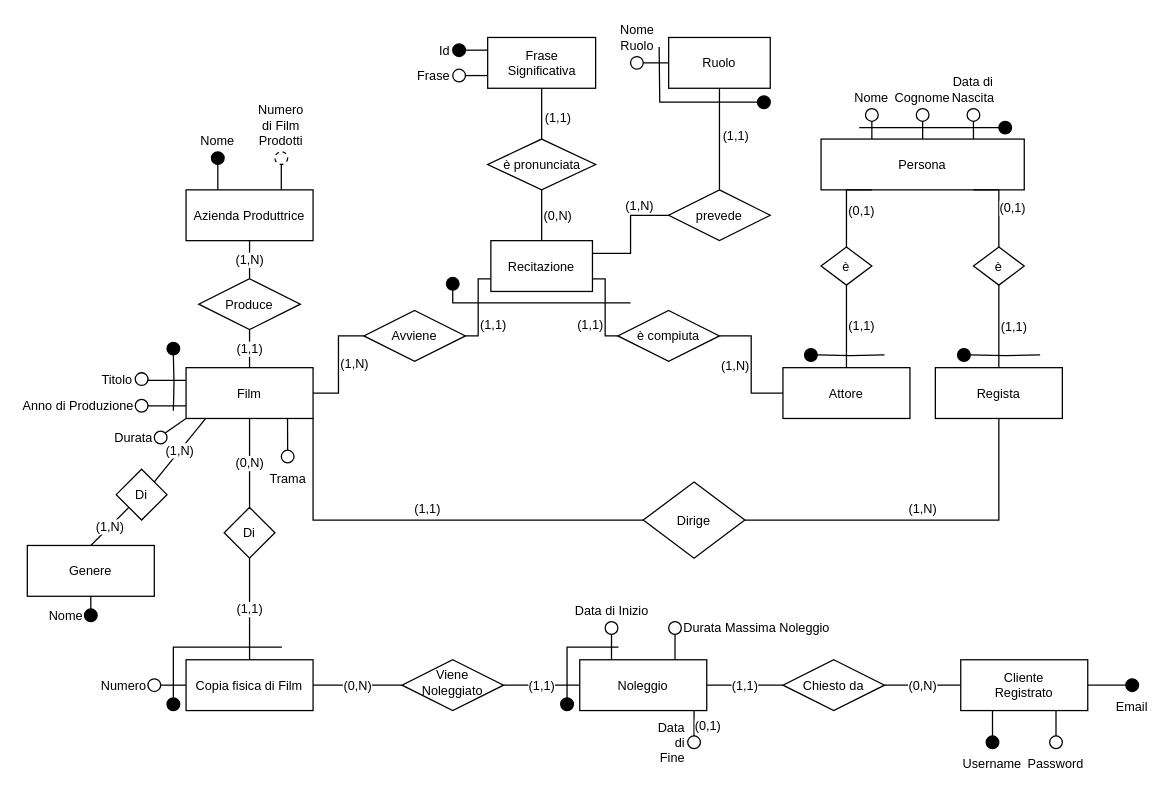
Above: page "ER-Ristrutturato" (3 of 3) of ER.drawio in lazylace37/uni_basi_di_dati_lab (draw.io), before the change. Source tidied: cells renumbered, new cells numbered last; positions are measured from the earlier drawing's top-left corner, leaving out a move shared by most shapes. Both pictures are drawn from the tidied source at 127%, with x=0, y=0 at pixel (27, 37).
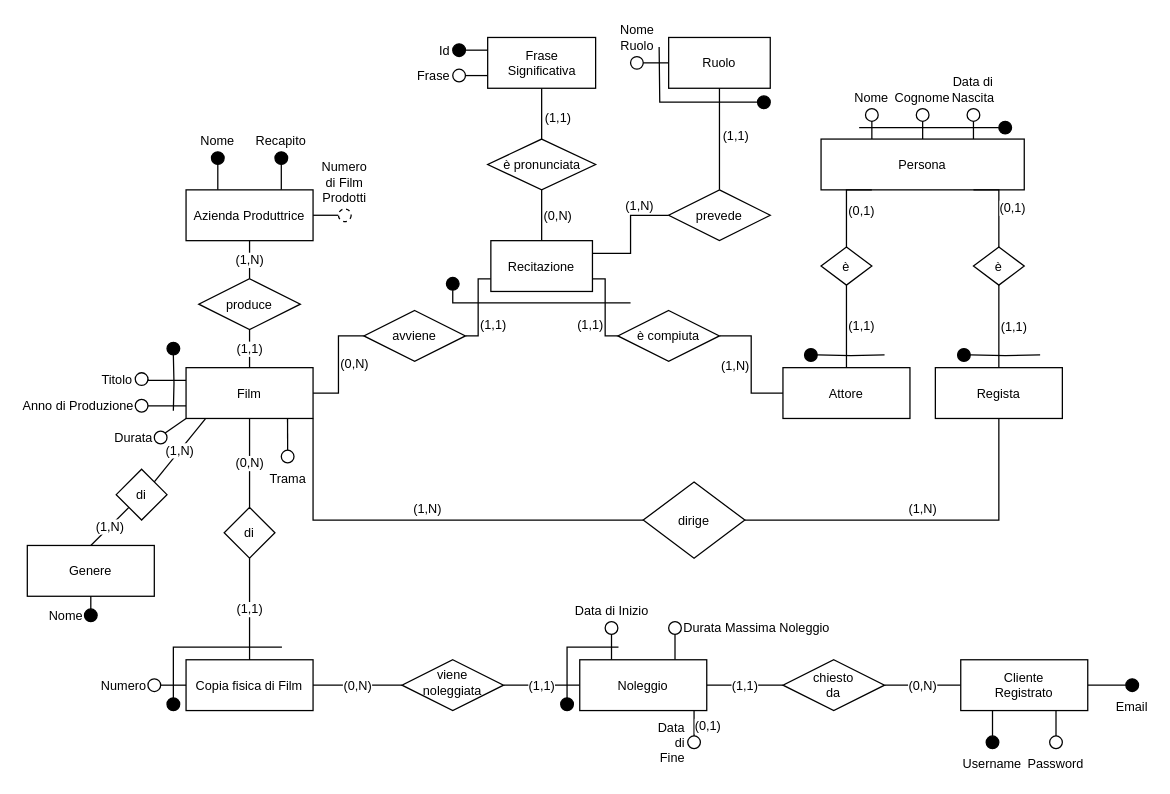
Above is the later version.

Unchanged cells that the change refers to:
```xml
<mxCell id="6" value="Film" style="whiteSpace=wrap;html=1;align=center;fontSize=10;" parent="1" vertex="1">
  <mxGeometry x="125" y="260" width="100" height="40" as="geometry" />
</mxCell>
```

The edit, as a diff of the source:
```diff
@@
-    <mxCell id="5" value="(1,N)" style="edgeStyle=orthogonalEdgeStyle;rounded=0;jettySize=auto;html=1;entryX=0;entryY=0.5;entryDx=0;entryDy=0;endArrow=none;endFill=0;fontSize=10;labelPosition=right;verticalLabelPosition=middle;align=left;verticalAlign=middle;" parent="1" edge="1" source="6" target="69">
+    <mxCell id="5" value="(0,N)" style="edgeStyle=orthogonalEdgeStyle;rounded=0;jettySize=auto;html=1;entryX=0;entryY=0.5;entryDx=0;entryDy=0;endArrow=none;endFill=0;fontSize=10;labelPosition=right;verticalLabelPosition=middle;align=left;verticalAlign=middle;" parent="1" edge="1" source="6" target="69">
       <mxGeometry relative="1" as="geometry" />
     </mxCell>
@@
-    <mxCell id="16" value="(1,1)" style="shape=connector;rounded=0;jettySize=auto;html=1;entryX=1;entryY=1;entryDx=0;entryDy=0;strokeColor=default;align=center;verticalAlign=bottom;fontFamily=Helvetica;fontSize=10;fontColor=default;labelBackgroundColor=default;endArrow=none;endFill=0;edgeStyle=elbowEdgeStyle;elbow=vertical;" parent="1" edge="1" source="17" target="6">
+    <mxCell id="16" value="(1,N)" style="shape=connector;rounded=0;jettySize=auto;html=1;entryX=1;entryY=1;entryDx=0;entryDy=0;strokeColor=default;align=center;verticalAlign=bottom;fontFamily=Helvetica;fontSize=10;fontColor=default;labelBackgroundColor=default;endArrow=none;endFill=0;edgeStyle=elbowEdgeStyle;elbow=vertical;" parent="1" edge="1" source="17" target="6">
       <mxGeometry relative="1" as="geometry">
         <Array as="points">
           <mxPoint x="255" y="380" />
         </Array>
       </mxGeometry>
     </mxCell>
-    <mxCell id="17" value="Dirige" style="shape=rhombus;perimeter=rhombusPerimeter;whiteSpace=wrap;html=1;align=center;fontSize=10;" parent="1" vertex="1">
+    <mxCell id="17" value="dirige" style="shape=rhombus;perimeter=rhombusPerimeter;whiteSpace=wrap;html=1;align=center;fontSize=10;" parent="1" vertex="1">
       <mxGeometry x="485" y="350" width="80" height="60" as="geometry" />
     </mxCell>
-    <mxCell id="18" value="(1,N)" style="edgeStyle=none;shape=connector;rounded=0;jettySize=auto;html=1;exitX=0.5;exitY=1;exitDx=0;exitDy=0;entryX=0.5;entryY=0;entryDx=0;entryDy=0;strokeColor=default;align=center;verticalAlign=middle;fontFamily=Helvetica;fontSize=10;fontColor=default;labelBackgroundColor=default;endArrow=none;endFill=0;" parent="1" edge="1" source="19" target="21">
-      <mxGeometry relative="1" as="geometry" />
+    <mxCell id="18" value="(1,N)" style="edgeStyle=none;shape=connector;rounded=0;jettySize=auto;html=1;exitX=0.5;exitY=1;exitDx=0;exitDy=0;entryX=0.5;entryY=0;entryDx=0;entryDy=0;strokeColor=default;align=center;verticalAlign=middle;fontFamily=Helvetica;fontSize=10;fontColor=default;labelBackgroundColor=default;endArrow=none;endFill=0;" parent="1" edge="1" target="21">
+      <mxGeometry relative="1" as="geometry">
+        <mxPoint x="175" y="160" as="sourcePoint" />
+      </mxGeometry>
     </mxCell>
-    <mxCell id="19" value="Azienda Produttrice" style="whiteSpace=wrap;html=1;align=center;fontSize=10;" parent="1" vertex="1">
-      <mxGeometry x="125" y="120" width="100" height="40" as="geometry" />
-    </mxCell>
@@
-    <mxCell id="21" value="Produce" style="shape=rhombus;perimeter=rhombusPerimeter;whiteSpace=wrap;html=1;align=center;fontSize=10;" parent="1" vertex="1">
+    <mxCell id="21" value="produce" style="shape=rhombus;perimeter=rhombusPerimeter;whiteSpace=wrap;html=1;align=center;fontSize=10;" parent="1" vertex="1">
       <mxGeometry x="135" y="190" width="80" height="40" as="geometry" />
     </mxCell>
@@
-    <mxCell id="33" value="Di" style="shape=rhombus;perimeter=rhombusPerimeter;whiteSpace=wrap;html=1;align=center;fontSize=10;" parent="1" vertex="1">
+    <mxCell id="33" value="di" style="shape=rhombus;perimeter=rhombusPerimeter;whiteSpace=wrap;html=1;align=center;fontSize=10;" parent="1" vertex="1">
       <mxGeometry x="155" y="370" width="40" height="40" as="geometry" />
     </mxCell>
@@
-    <mxCell id="36" value="Viene&lt;div&gt;Noleggiato&lt;/div&gt;" style="shape=rhombus;perimeter=rhombusPerimeter;whiteSpace=wrap;html=1;align=center;fontSize=10;verticalAlign=top;" parent="1" vertex="1">
+    <mxCell id="36" value="&lt;div&gt;viene&lt;/div&gt;&lt;div&gt;noleggiata&lt;/div&gt;" style="shape=rhombus;perimeter=rhombusPerimeter;whiteSpace=wrap;html=1;align=center;fontSize=10;verticalAlign=top;" parent="1" vertex="1">
       <mxGeometry x="295" y="490" width="80" height="40" as="geometry" />
     </mxCell>
@@
-    <mxCell id="38" value="Chiesto da" style="shape=rhombus;perimeter=rhombusPerimeter;whiteSpace=wrap;html=1;align=center;fontSize=10;" parent="1" vertex="1">
+    <mxCell id="38" value="&lt;div&gt;chiesto&lt;/div&gt;&lt;div&gt;da&lt;/div&gt;" style="shape=rhombus;perimeter=rhombusPerimeter;whiteSpace=wrap;html=1;align=center;fontSize=10;" parent="1" vertex="1">
       <mxGeometry x="595" y="490" width="80" height="40" as="geometry" />
     </mxCell>
@@
-    <mxCell id="69" value="Avviene" style="rhombus;whiteSpace=wrap;html=1;fontSize=10;" parent="1" vertex="1">
+    <mxCell id="69" value="avviene" style="rhombus;whiteSpace=wrap;html=1;fontSize=10;" parent="1" vertex="1">
       <mxGeometry x="265" y="215" width="80" height="40" as="geometry" />
     </mxCell>
@@
-    <mxCell id="100" value="Di" style="shape=rhombus;perimeter=rhombusPerimeter;whiteSpace=wrap;html=1;align=center;fontSize=10;" parent="1" vertex="1">
+    <mxCell id="100" value="di" style="shape=rhombus;perimeter=rhombusPerimeter;whiteSpace=wrap;html=1;align=center;fontSize=10;" parent="1" vertex="1">
       <mxGeometry x="70" y="340" width="40" height="40" as="geometry" />
     </mxCell>
@@
-    <mxCell id="104" style="edgeStyle=none;shape=connector;rounded=0;jettySize=auto;html=1;exitX=0.25;exitY=0;exitDx=0;exitDy=0;entryX=0.5;entryY=1;entryDx=0;entryDy=0;strokeColor=default;align=center;verticalAlign=bottom;fontFamily=Helvetica;fontSize=10;fontColor=default;labelBackgroundColor=default;endArrow=none;endFill=0;labelPosition=center;verticalLabelPosition=top;" parent="1" edge="1" target="107">
-      <mxGeometry relative="1" as="geometry">
-        <mxPoint x="150" y="120" as="sourcePoint" />
-      </mxGeometry>
-    </mxCell>
-    <mxCell id="105" style="edgeStyle=none;shape=connector;rounded=0;jettySize=auto;html=1;exitX=0.75;exitY=0;exitDx=0;exitDy=0;entryX=0.5;entryY=1;entryDx=0;entryDy=0;strokeColor=default;align=center;verticalAlign=bottom;fontFamily=Helvetica;fontSize=10;fontColor=default;labelBackgroundColor=default;endArrow=none;endFill=0;labelPosition=center;verticalLabelPosition=top;" parent="1" edge="1" target="106">
-      <mxGeometry relative="1" as="geometry">
-        <mxPoint x="200" y="120" as="sourcePoint" />
-      </mxGeometry>
-    </mxCell>
-    <mxCell id="106" value="Numero di Film Prodotti" style="ellipse;whiteSpace=wrap;html=1;align=center;labelPosition=center;verticalLabelPosition=top;verticalAlign=bottom;fillColor=default;dashed=1;fontSize=10;" parent="1" vertex="1">
-      <mxGeometry x="195" y="90" width="10" height="10" as="geometry" />
-    </mxCell>
-    <mxCell id="107" value="Nome" style="ellipse;whiteSpace=wrap;html=1;align=center;labelPosition=center;verticalLabelPosition=top;verticalAlign=bottom;fillColor=#000000;fontSize=10;" parent="1" vertex="1">
-      <mxGeometry x="145" y="90" width="10" height="10" as="geometry" />
-    </mxCell>
@@
+    <mxCell id="113" style="edgeStyle=none;shape=connector;rounded=0;jettySize=auto;html=1;exitX=0.25;exitY=0;exitDx=0;exitDy=0;entryX=0.5;entryY=1;entryDx=0;entryDy=0;strokeColor=default;align=center;verticalAlign=bottom;fontFamily=Helvetica;fontSize=11;fontColor=default;labelBackgroundColor=default;endArrow=none;endFill=0;labelPosition=center;verticalLabelPosition=top;" parent="1" edge="1" source="19" target="107">
+      <mxGeometry relative="1" as="geometry" />
+    </mxCell>
+    <mxCell id="114" style="edgeStyle=none;shape=connector;rounded=0;jettySize=auto;html=1;exitX=1;exitY=0.5;exitDx=0;exitDy=0;entryX=0;entryY=0.5;entryDx=0;entryDy=0;strokeColor=default;align=center;verticalAlign=bottom;fontFamily=Helvetica;fontSize=11;fontColor=default;labelBackgroundColor=default;endArrow=none;endFill=0;labelPosition=center;verticalLabelPosition=top;" parent="1" edge="1" source="19" target="106">
+      <mxGeometry relative="1" as="geometry" />
+    </mxCell>
+    <mxCell id="115" style="edgeStyle=orthogonalEdgeStyle;rounded=0;jettySize=auto;html=1;exitX=0.75;exitY=0;exitDx=0;exitDy=0;entryX=0.5;entryY=1;entryDx=0;entryDy=0;endArrow=none;endFill=0;" parent="1" edge="1" source="19" target="116">
+      <mxGeometry relative="1" as="geometry" />
+    </mxCell>
+    <mxCell id="19" value="Azienda Produttrice" style="whiteSpace=wrap;html=1;align=center;fontSize=10;" parent="1" vertex="1">
+      <mxGeometry x="125" y="120" width="100" height="40" as="geometry" />
+    </mxCell>
+    <mxCell id="106" value="Numero di Film Prodotti" style="ellipse;whiteSpace=wrap;html=1;align=center;labelPosition=center;verticalLabelPosition=top;verticalAlign=bottom;fillColor=default;dashed=1;fontSize=10;" parent="1" vertex="1">
+      <mxGeometry x="245" y="135" width="10" height="10" as="geometry" />
+    </mxCell>
+    <mxCell id="107" value="Nome" style="ellipse;whiteSpace=wrap;html=1;align=center;labelPosition=center;verticalLabelPosition=top;verticalAlign=bottom;fillColor=#000000;fontSize=10;" parent="1" vertex="1">
+      <mxGeometry x="145" y="90" width="10" height="10" as="geometry" />
+    </mxCell>
+    <mxCell id="116" value="Recapito" style="ellipse;whiteSpace=wrap;html=1;align=center;labelPosition=center;verticalLabelPosition=top;verticalAlign=bottom;fillColor=#000000;fontSize=10;" parent="1" vertex="1">
+      <mxGeometry x="195" y="90" width="10" height="10" as="geometry" />
+    </mxCell>
```
